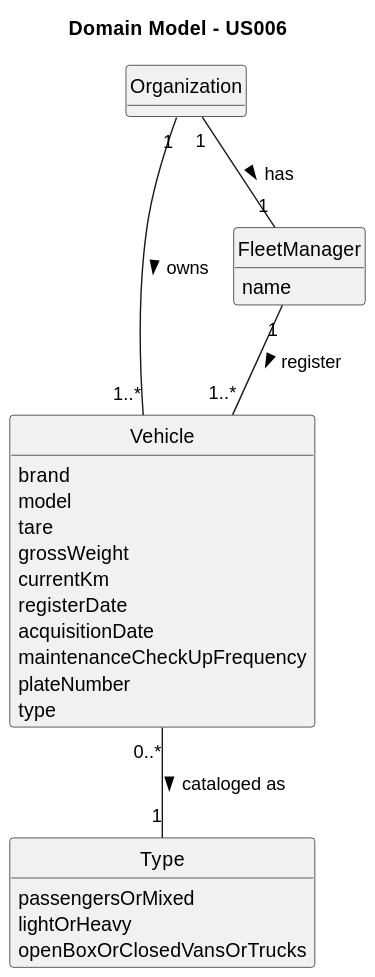
Earlier version of the PlantUML export docs/sprintA&B/us006/02.analysis/svg/us006-domain-model.svg (daniel41silva05/ISEP_2023_2024_LAPR2). The source it was exported from:
```plantuml
@startuml
skinparam monochrome true
skinparam packageStyle rectangle
skinparam shadowing false

skinparam classAttributeIconSize 0

hide circle
hide methods

title Domain Model - US006

class Organization {
}

class Vehicle {
    brand
    model
    tare
    grossWeight
    currentKm
    registerDate
    acquisitionDate
    maintenanceCheckUpFrequency
    plateNumber
    type
}

class FleetManager {
    name
}

class Type {
    passengersOrMixed
    lightOrHeavy
    openBoxOrClosedVansOrTrucks
}

Organization "1" -- "1" FleetManager : has >
Organization "1" -- "1..*" Vehicle : owns >
FleetManager "1" -- "1..*" Vehicle : register >
Vehicle "0..*" -- "1" Type : cataloged as >
@enduml
```
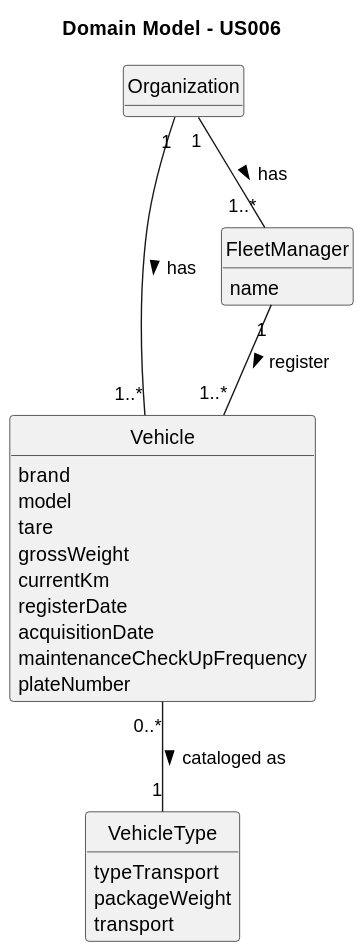
Above is the later version.

Commit message:
corrections in coherence between domain model and class diagram

Diff of the diagram source:
```diff
@@ -23,21 +23,20 @@
     acquisitionDate
     maintenanceCheckUpFrequency
     plateNumber
-    type
 }
 
 class FleetManager {
     name
 }
 
-class Type {
-    passengersOrMixed
-    lightOrHeavy
-    openBoxOrClosedVansOrTrucks
+class VehicleType {
+    typeTransport
+    packageWeight
+    transport
 }
 
-Organization "1" -- "1" FleetManager : has >
-Organization "1" -- "1..*" Vehicle : owns >
+Organization "1" -- "1..*" FleetManager : has >
+Organization "1" -- "1..*" Vehicle : has >
 FleetManager "1" -- "1..*" Vehicle : register >
-Vehicle "0..*" -- "1" Type : cataloged as >
+Vehicle "0..*" -- "1" VehicleType : cataloged as >
 @enduml
```
